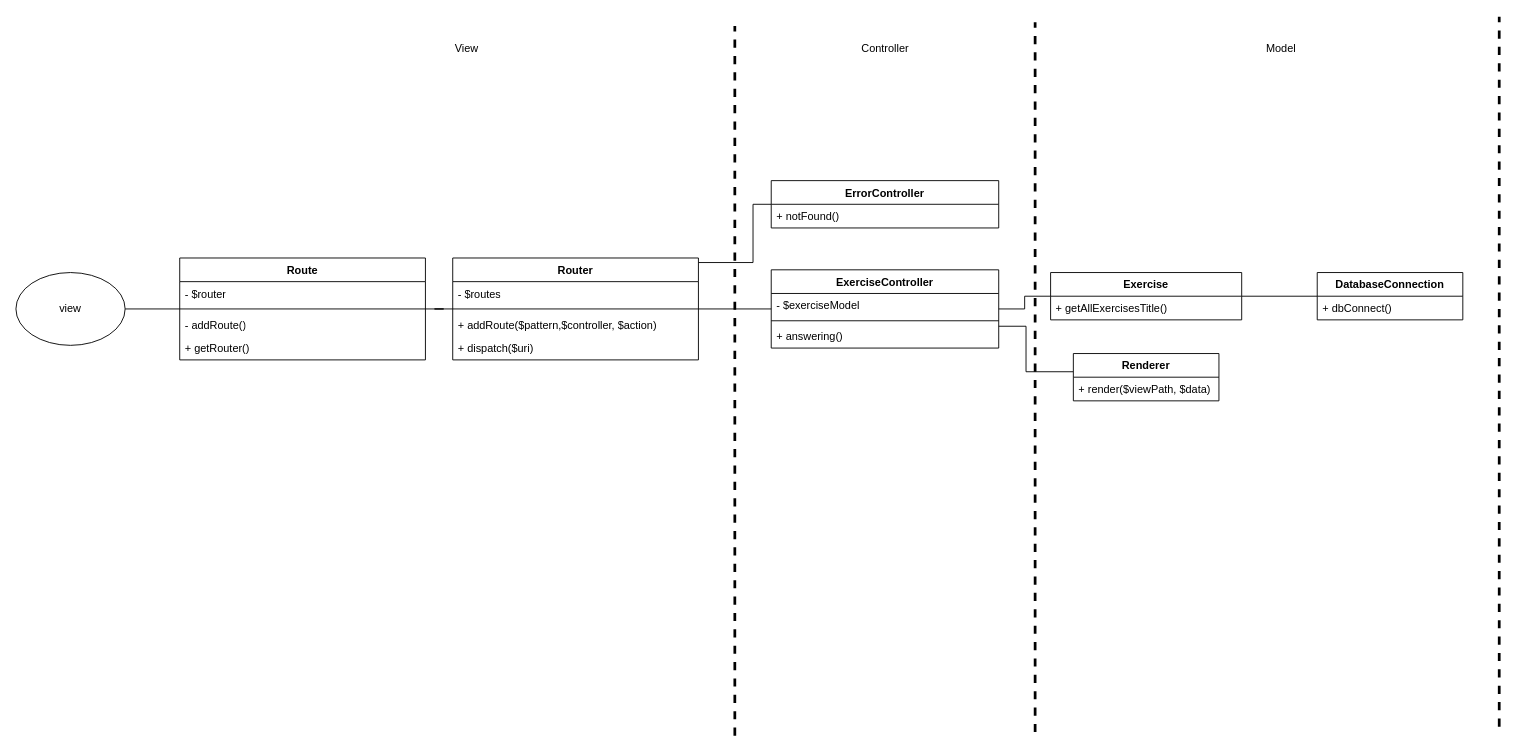
The draw.io diagram document/classDiagram.drawio in CPNV-ES/MAW11_Mugiwaras_Looper, before the edit. Source tidied: cells renumbered, new cells numbered last; positions are measured from the earlier drawing's top-left corner, leaving out a move shared by most shapes. Both pictures are drawn from the tidied source at 91%, with x=0, y=0 at pixel (15, 16).
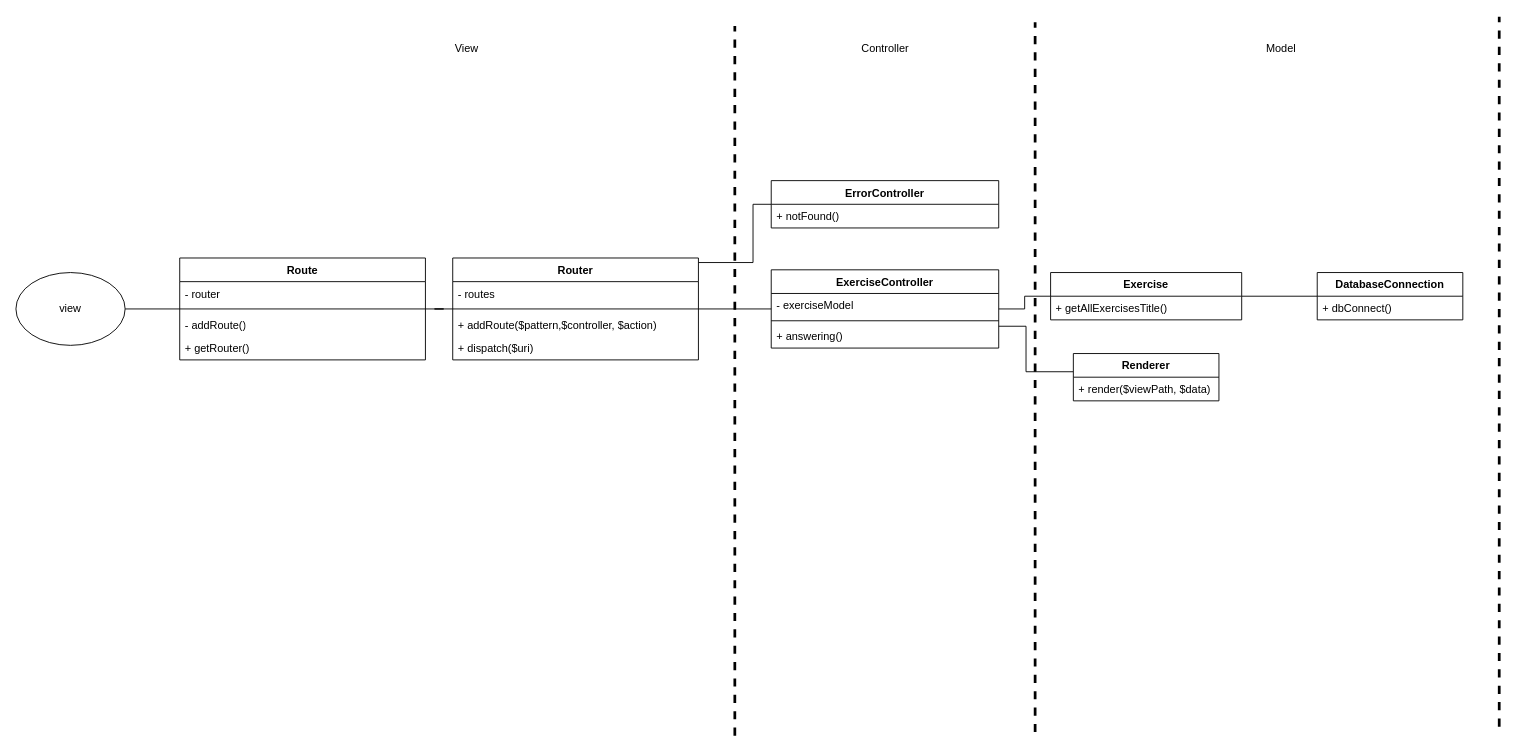
Above is the later version.

Unchanged cells that the change refers to:
```xml
<mxCell id="9" value="ExerciseController" style="swimlane;fontStyle=1;align=center;verticalAlign=top;horizontal=1;startSize=26;whiteSpace=wrap;html=1;" parent="1" vertex="1">
  <mxGeometry x="830" y="278" width="250" height="86" as="geometry" />
</mxCell>
<mxCell id="17" value="Router" style="swimlane;fontStyle=1;align=center;verticalAlign=top;horizontal=1;startSize=26;whiteSpace=wrap;html=1;" parent="1" vertex="1">
  <mxGeometry x="480" y="265" width="270" height="112" as="geometry" />
</mxCell>
<mxCell id="27" value="Route" style="swimlane;fontStyle=1;align=center;verticalAlign=top;horizontal=1;startSize=26;whiteSpace=wrap;html=1;" parent="1" vertex="1">
  <mxGeometry x="180" y="265" width="270" height="112" as="geometry" />
</mxCell>
```

What changed in the source:
```diff
@@
-    <mxCell id="10" value="-&amp;nbsp;$exerciseModel" style="text;strokeColor=none;fillColor=none;align=left;verticalAlign=top;spacingLeft=4;spacingRight=4;overflow=hidden;whiteSpace=wrap;html=1;" parent="9" vertex="1">
+    <mxCell id="10" value="- exerciseModel" style="text;strokeColor=none;fillColor=none;align=left;verticalAlign=top;spacingLeft=4;spacingRight=4;overflow=hidden;whiteSpace=wrap;html=1;" parent="9" vertex="1">
       <mxGeometry y="26" width="250" height="26" as="geometry" />
     </mxCell>
@@
-    <mxCell id="18" value="- $routes" style="text;strokeColor=none;fillColor=none;align=left;verticalAlign=top;spacingLeft=4;spacingRight=4;overflow=hidden;whiteSpace=wrap;html=1;" parent="17" vertex="1">
+    <mxCell id="18" value="- routes" style="text;strokeColor=none;fillColor=none;align=left;verticalAlign=top;spacingLeft=4;spacingRight=4;overflow=hidden;whiteSpace=wrap;html=1;" parent="17" vertex="1">
       <mxGeometry y="26" width="270" height="26" as="geometry" />
     </mxCell>
@@
-    <mxCell id="28" value="- $router" style="text;strokeColor=none;fillColor=none;align=left;verticalAlign=top;spacingLeft=4;spacingRight=4;overflow=hidden;whiteSpace=wrap;html=1;" parent="27" vertex="1">
+    <mxCell id="28" value="- router" style="text;strokeColor=none;fillColor=none;align=left;verticalAlign=top;spacingLeft=4;spacingRight=4;overflow=hidden;whiteSpace=wrap;html=1;" parent="27" vertex="1">
       <mxGeometry y="26" width="270" height="26" as="geometry" />
     </mxCell>
```
